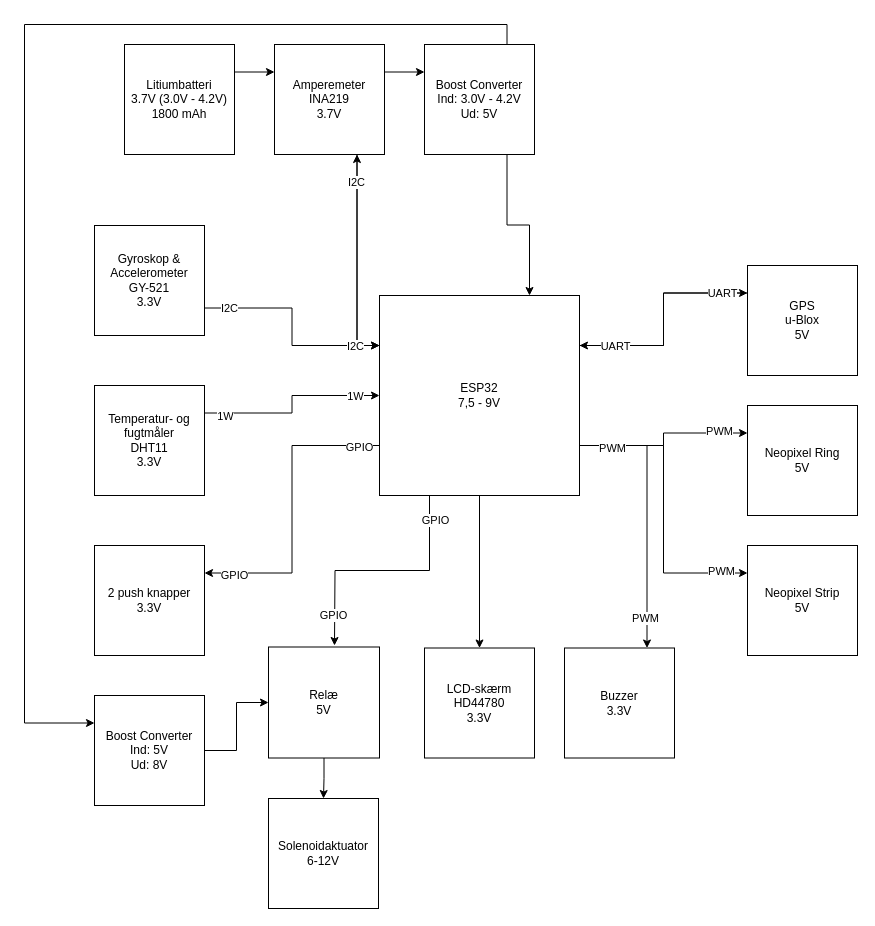
The draw.io diagram Blokdiagram/Blokdiagram.drawio in KEA-E24-B9-IOT1/E24-B9-IoT1, before the edit. Source tidied: cells renumbered, new cells numbered last; positions are measured from the earlier drawing's top-left corner, leaving out a move shared by most shapes. Both pictures are drawn from the tidied source at 100%, with x=0, y=0 at pixel (24, 24).
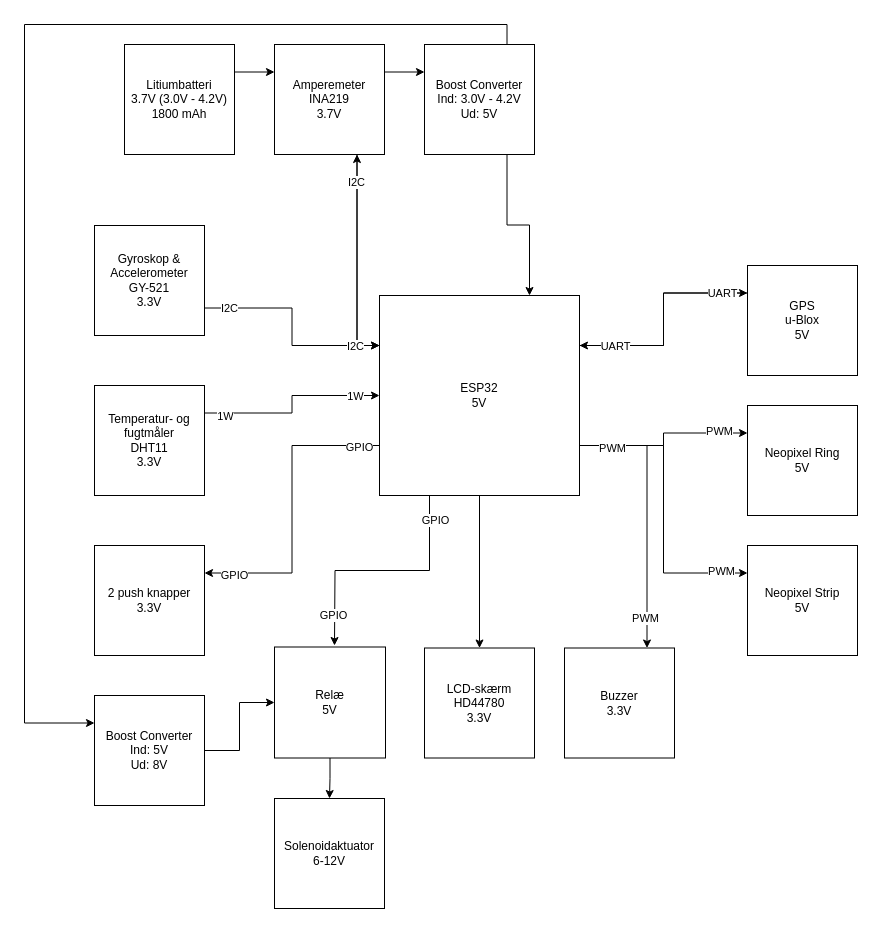
Above is the later version.

Change to the diagram source:
```diff
@@
-    <mxCell id="27" value="&lt;div&gt;ESP32&lt;/div&gt;&lt;div&gt;7,5 - 9&lt;span style=&quot;background-color: initial;&quot;&gt;V&lt;/span&gt;&lt;/div&gt;" style="whiteSpace=wrap;html=1;" parent="1" vertex="1">
+    <mxCell id="27" value="&lt;div&gt;ESP32&lt;/div&gt;&lt;div&gt;&lt;span style=&quot;background-color: initial;&quot;&gt;5V&lt;/span&gt;&lt;/div&gt;" style="whiteSpace=wrap;html=1;" parent="1" vertex="1">
       <mxGeometry x="355" y="271" width="200" height="200" as="geometry" />
     </mxCell>
@@
     <mxCell id="39" value="&lt;div&gt;Solenoidaktuator&lt;/div&gt;&lt;div&gt;6-12V&lt;br&gt;&lt;/div&gt;" style="whiteSpace=wrap;html=1;" parent="1" vertex="1">
-      <mxGeometry x="244" y="774" width="110" height="110" as="geometry" />
+      <mxGeometry x="250" y="774" width="110" height="110" as="geometry" />
     </mxCell>
@@
     <mxCell id="49" value="Relæ&lt;div&gt;5V&lt;/div&gt;" style="whiteSpace=wrap;html=1;" parent="1" vertex="1">
-      <mxGeometry x="244" y="622.5" width="111" height="111" as="geometry" />
+      <mxGeometry x="250" y="622.5" width="111" height="111" as="geometry" />
     </mxCell>
```
